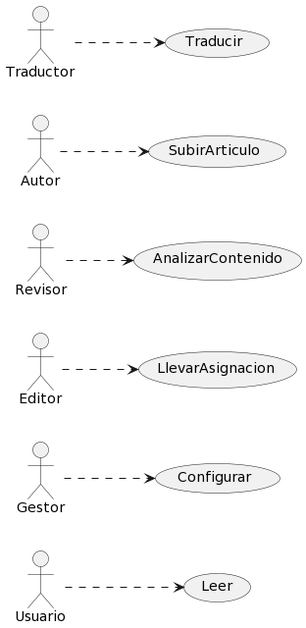
Above: 000-entregas/Grupo4/casosDeUso/casosDeUso.png in mmasias/IdSw1-22-23 (PlantUML), before the change. Its diagram source:
```plantuml
@startuml
actor Usuario
actor Gestor
actor Editor
actor Revisor
actor Autor
actor Traductor


usecase Leer
usecase Configurar
usecase LlevarAsignacion
usecase AnalizarContenido
usecase Traducir
usecase SubirArticulo

left to right direction
Usuario ..> Leer
Gestor ..> Configurar
Editor ..> LlevarAsignacion
Revisor ..> AnalizarContenido
Traductor ..> Traducir
Autor ..> SubirArticulo
@enduml
```
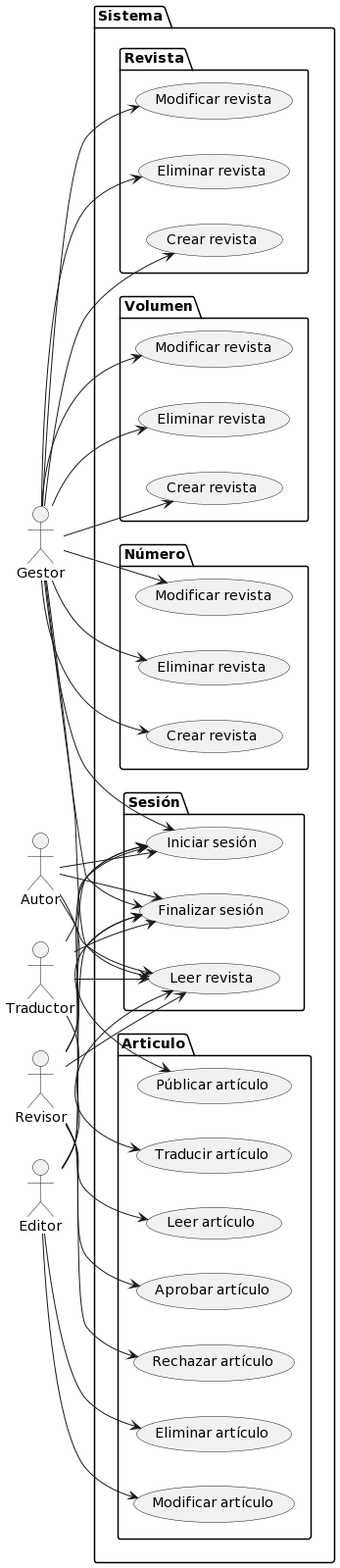
Above is the later version.

Change to the diagram source:
```diff
@@ -1,24 +1,89 @@
 @startuml
-actor Usuario
-actor Gestor
-actor Editor
-actor Revisor
-actor Autor
-actor Traductor
+left to right direction
+
+actor "Gestor" as GS
+actor "Autor" as AU
+actor "Traductor" as TR
+actor "Revisor" as RV
+actor "Editor" as ED
 
 
-usecase Leer
-usecase Configurar
-usecase LlevarAsignacion
-usecase AnalizarContenido
-usecase Traducir
-usecase SubirArticulo
 
-left to right direction
-Usuario ..> Leer
-Gestor ..> Configurar
-Editor ..> LlevarAsignacion
-Revisor ..> AnalizarContenido
-Traductor ..> Traducir
-Autor ..> SubirArticulo
+package Sistema {
+
+
+ package Sesión{
+  usecase "Iniciar sesión" as login
+  usecase "Finalizar sesión" as logout
+  usecase "Leer revista" as read
+}
+  package Revista {
+    usecase "Crear revista" as createR
+    usecase "Modificar revista" as updateR
+    usecase "Eliminar revista" as deleteR
+  }
+
+  package Articulo {
+    usecase "Públicar artículo" as createA
+    usecase "Modificar artículo" as updateA
+    usecase "Eliminar artículo" as deleteA
+    usecase "Aprobar artículo" as aprA
+    usecase "Rechazar artículo" as rechaA
+    usecase "Leer artículo" as readA
+    usecase "Traducir artículo" as traducir
+  }
+
+  package Volumen {
+    usecase "Crear revista" as createV
+    usecase "Modificar revista" as updateV
+    usecase "Eliminar revista" as deleteV
+  }
+
+  package Número {
+    usecase "Crear revista" as createN
+    usecase "Modificar revista" as updateN
+    usecase "Eliminar revista" as deleteN
+  }
+
+
+}
+
+GS --> login
+GS --> logout
+GS --> read
+GS --> createR
+GS --> updateR
+GS --> deleteR
+GS --> createV
+GS --> updateV
+GS --> deleteV
+GS --> createN
+GS --> updateN
+GS --> deleteN
+
+AU -->createA
+AU --> login
+AU --> logout
+AU --> read
+
+
+RV --> aprA
+RV --> rechaA
+RV --> login
+RV --> logout
+RV --> read
+RV --> readA
+
+
+ED --> login
+ED --> logout
+ED --> read
+ED --> updateA
+ED --> deleteA
+
+
+TR --> login
+TR --> logout
+TR --> read
+TR --> traducir
 @enduml
```
